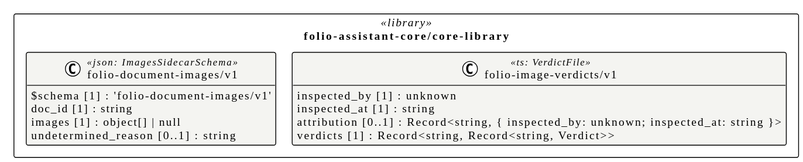
Earlier version of the PlantUML export assets/img/uml/overview/folio-assistant-core/core-library.svg (litlfred/smart-trust). Its diagram source:
```plantuml
@startuml
!pragma layout elk
!theme plain
skinparam classAttributeIconSize 0
skinparam shadowing false
skinparam packageStyle rectangle
hide empty methods

package "folio-assistant-core/core-library" as pkg_folio_assistant_core_core_library <<library>> {
  class "folio-document-images/v1" as folio_assistant_core_core_library_folio_document_images_v1_folio_document_images_v1 <<json: ImagesSidecarSchema>> #f4f4f1 {
    $schema [1] : 'folio-document-images/v1'
    doc_id [1] : string
    images [1] : object[] | null
    undetermined_reason [0..1] : string
  }
  class "folio-image-verdicts/v1" as folio_assistant_core_core_library_folio_image_verdicts_v1 <<ts: VerdictFile>> #f4f4f1 {
    inspected_by [1] : unknown
    inspected_at [1] : string
    attribution [0..1] : Record<string, { inspected_by: unknown; inspected_at: string }>
    verdicts [1] : Record<string, Record<string, Verdict>>
  }
}
@enduml
```
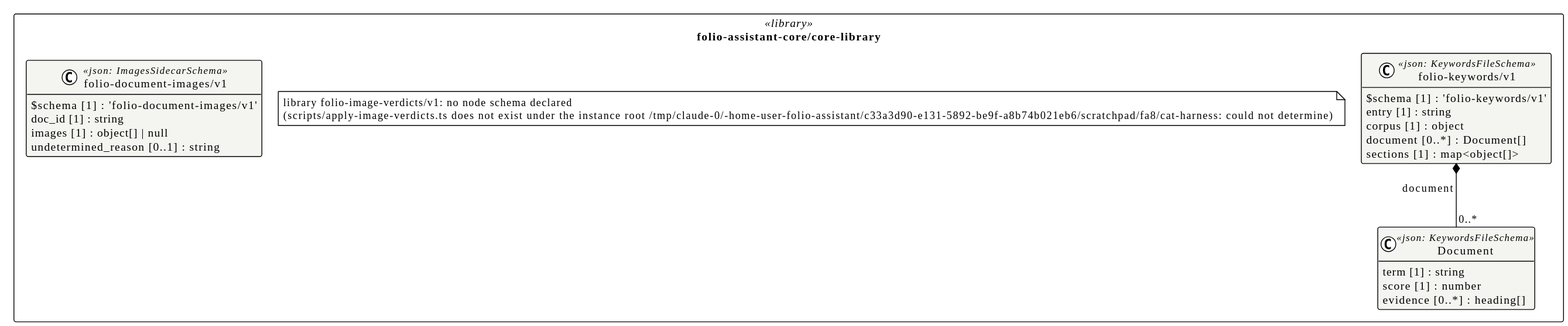
The same file after the commit.

The edit, as a diff of the source:
```diff
@@ -13,11 +13,20 @@
     images [1] : object[] | null
     undetermined_reason [0..1] : string
   }
-  class "folio-image-verdicts/v1" as folio_assistant_core_core_library_folio_image_verdicts_v1 <<ts: VerdictFile>> #f4f4f1 {
-    inspected_by [1] : unknown
-    inspected_at [1] : string
-    attribution [0..1] : Record<string, { inspected_by: unknown; inspected_at: string }>
-    verdicts [1] : Record<string, Record<string, Verdict>>
+  class "Document" as folio_assistant_core_core_library_folio_keywords_v1_Document <<json: KeywordsFileSchema>> #f4f4f1 {
+    term [1] : string
+    score [1] : number
+    evidence [0..*] : heading[]
   }
+  class "folio-keywords/v1" as folio_assistant_core_core_library_folio_keywords_v1_folio_keywords_v1 <<json: KeywordsFileSchema>> #f4f4f1 {
+    $schema [1] : 'folio-keywords/v1'
+    entry [1] : string
+    corpus [1] : object
+    document [0..*] : Document[]
+    sections [1] : map<object[]>
+  }
+  note "library folio-image-verdicts/v1: no node schema declared\n(scripts/apply-image-verdicts.ts does not exist under the instance root /tmp/claude-0/-home-user-folio-assistant/c33a3d90-e131-5892-be9f-a8b74b021eb6/scratchpad/fa8/cat-harness: could not determine)" as n_folio_assistant_core_core_library_library_folio_image_verdicts_v1
 }
+
+folio_assistant_core_core_library_folio_keywords_v1_folio_keywords_v1 *-- "0..*" folio_assistant_core_core_library_folio_keywords_v1_Document : document
 @enduml
```
